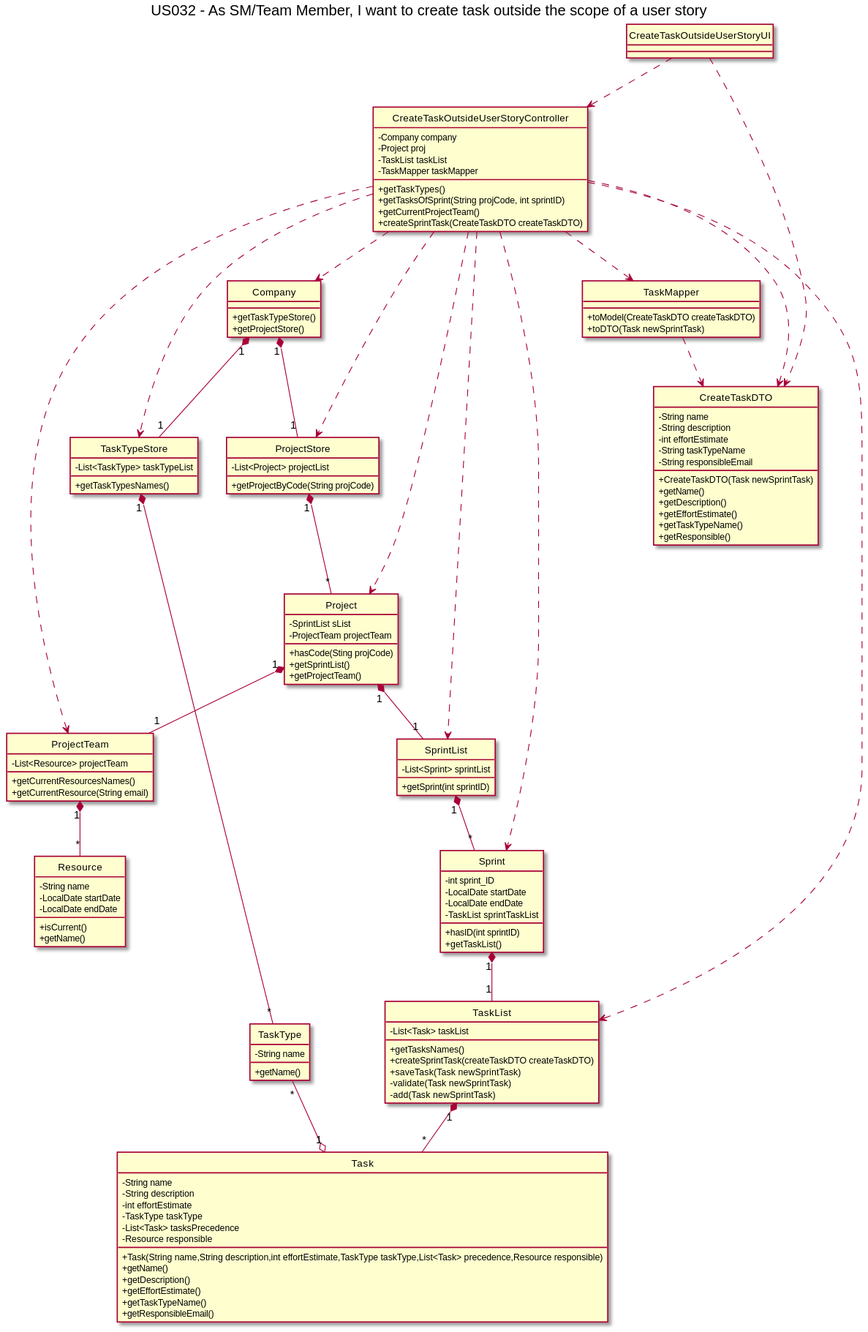
This is docs/Sprint3/US032/US032-CD.svg from nunogon1211787/projectManagement, a PlantUML export, as it was before one commit.
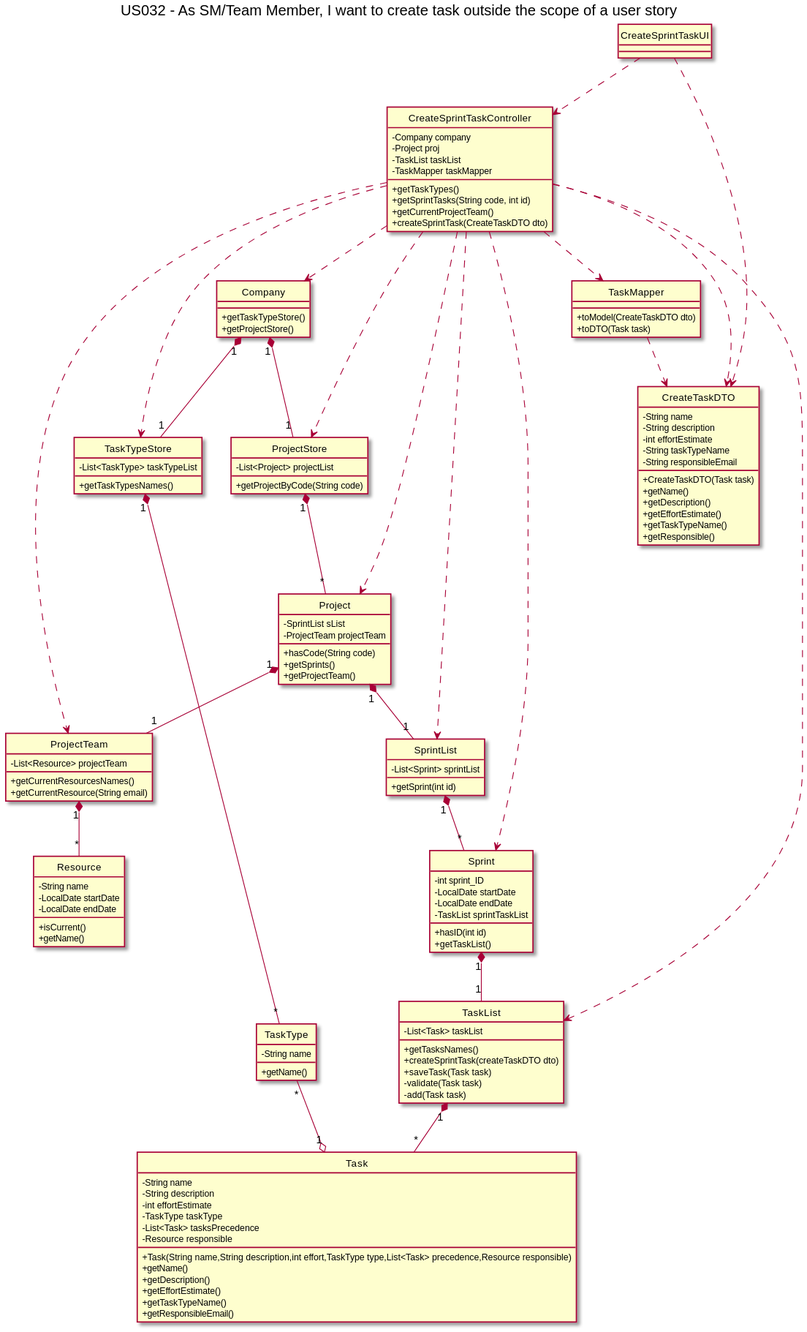
The same diagram one commit later.

The edit, as a diff of the source:
```diff
@@ -5,17 +5,17 @@
 
 title US032 - As SM/Team Member, I want to create task outside the scope of a user story
 
-class CreateTaskOutsideUserStoryUI{}
+class CreateSprintTaskUI{}
 
-class CreateTaskOutsideUserStoryController{
+class CreateSprintTaskController{
 -Company company
 -Project proj
 -TaskList taskList
 -TaskMapper taskMapper
 +getTaskTypes()
-+getTasksOfSprint(String projCode, int sprintID)
++getSprintTasks(String code, int id)
 +getCurrentProjectTeam()
-+createSprintTask(CreateTaskDTO createTaskDTO)
++createSprintTask(CreateTaskDTO dto)
 }
 
 class Company{
@@ -35,20 +35,20 @@
 
 class ProjectStore{
 -List<Project> projectList
-+getProjectByCode(String projCode)
++getProjectByCode(String code)
 }
 
 class Project{
 -SprintList sList
 -ProjectTeam projectTeam
-+hasCode(Sting projCode)
-+getSprintList()
++hasCode(String code)
++getSprints()
 +getProjectTeam()
 }
 
 class SprintList{
 -List<Sprint> sprintList
-+getSprint(int sprintID)
++getSprint(int id)
 }
 
 class Sprint{
@@ -56,17 +56,17 @@
 -LocalDate startDate
 -LocalDate endDate
 -TaskList sprintTaskList
-+hasID(int sprintID)
++hasID(int id)
 +getTaskList()
 }
 
 class TaskList{
 -List<Task> taskList
 +getTasksNames()
-+createSprintTask(createTaskDTO createTaskDTO)
-+saveTask(Task newSprintTask)
--validate(Task newSprintTask)
--add(Task newSprintTask)
++createSprintTask(createTaskDTO dto)
++saveTask(Task task)
+-validate(Task task)
+-add(Task task)
 }
 
 class Task{
@@ -76,7 +76,7 @@
 -TaskType taskType
 -List<Task> tasksPrecedence
 -Resource responsible
-+Task(String name,String description,int effortEstimate,TaskType taskType,List<Task> precedence,Resource responsible)
++Task(String name,String description,int effort,TaskType type,List<Task> precedence,Resource responsible)
 +getName()
 +getDescription()
 +getEffortEstimate()
@@ -99,8 +99,8 @@
 }
 
 class TaskMapper{
-+toModel(CreateTaskDTO createTaskDTO)
-+toDTO(Task newSprintTask)
++toModel(CreateTaskDTO dto)
++toDTO(Task task)
 }
 
 class CreateTaskDTO{
@@ -109,7 +109,7 @@
 -int effortEstimate
 -String taskTypeName
 -String responsibleEmail
-+CreateTaskDTO(Task newSprintTask)
++CreateTaskDTO(Task task)
 +getName()
 +getDescription()
 +getEffortEstimate()
@@ -117,19 +117,19 @@
 +getResponsible()
 }
 
-CreateTaskOutsideUserStoryUI ..> CreateTaskOutsideUserStoryController
-CreateTaskOutsideUserStoryUI ..> CreateTaskDTO
+CreateSprintTaskUI ..> CreateSprintTaskController
+CreateSprintTaskUI ..> CreateTaskDTO
 
-CreateTaskOutsideUserStoryController ..> Company
-CreateTaskOutsideUserStoryController ..> TaskTypeStore
-CreateTaskOutsideUserStoryController ..> ProjectStore
-CreateTaskOutsideUserStoryController ..> Project
-CreateTaskOutsideUserStoryController ..> SprintList
-CreateTaskOutsideUserStoryController ..> Sprint
-CreateTaskOutsideUserStoryController ..> TaskList
-CreateTaskOutsideUserStoryController ..> ProjectTeam
-CreateTaskOutsideUserStoryController ..> TaskMapper
-CreateTaskOutsideUserStoryController ..> CreateTaskDTO
+CreateSprintTaskController ..> Company
+CreateSprintTaskController ..> TaskTypeStore
+CreateSprintTaskController ..> ProjectStore
+CreateSprintTaskController ..> Project
+CreateSprintTaskController ..> SprintList
+CreateSprintTaskController ..> Sprint
+CreateSprintTaskController ..> TaskList
+CreateSprintTaskController ..> ProjectTeam
+CreateSprintTaskController ..> TaskMapper
+CreateSprintTaskController ..> CreateTaskDTO
 
 
 Company "1" *-- "1" TaskTypeStore
```
